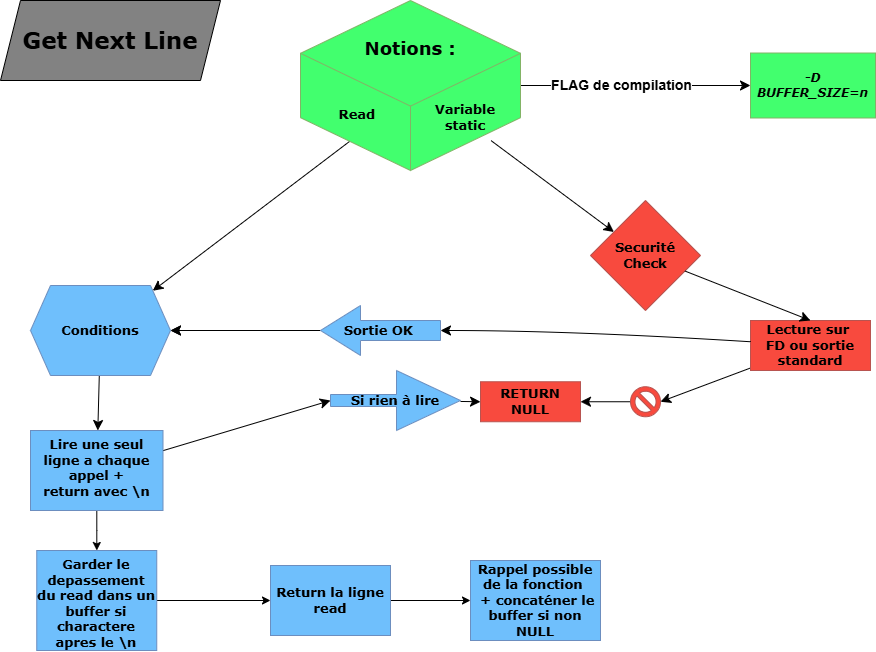
Before: getnext.drawio.png, a diagram exported from draw.io (Lyricallll/get_next_line). Source tidied: cells renumbered, new cells last; positions are measured from the earlier drawing's top-left corner, leaving out a move shared by most shapes.
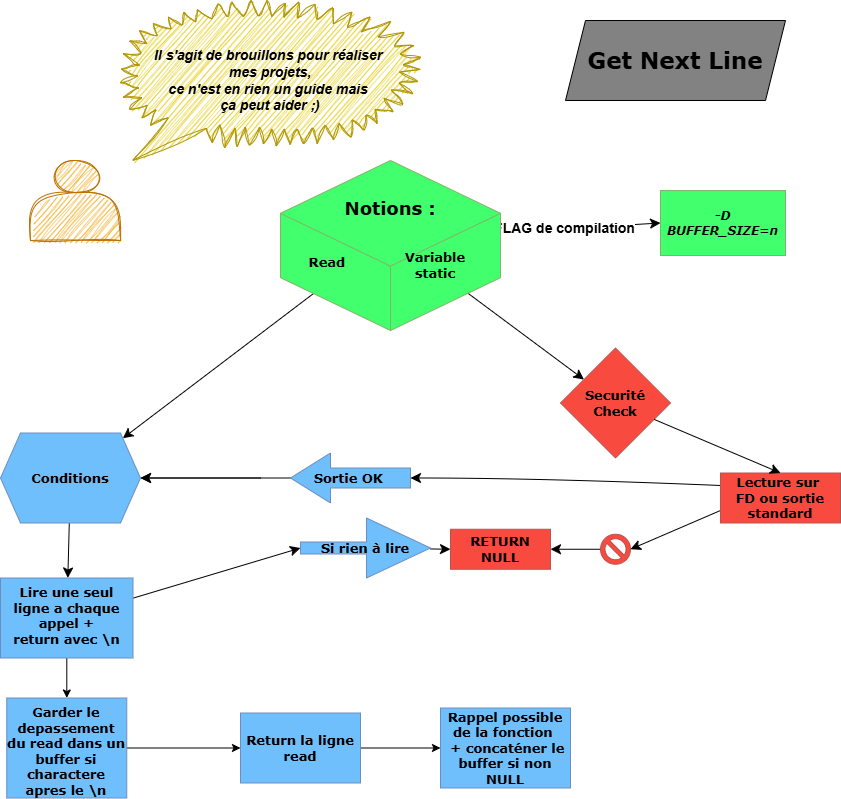
After the change.

Commit message:
Mettre à jour getnext.drawio.png

What changed in the source:
```diff
@@ -2,14 +2,18 @@
   <root>
     <mxCell id="0" />
     <mxCell id="1" parent="0" />
-    <mxCell id="2" style="edgeStyle=none;curved=1;rounded=0;jettySize=auto;html=1;fontSize=12;startSize=8;endSize=8;exitX=0.866;exitY=0.824;exitDx=0;exitDy=0;exitPerimeter=0;fontFamily=Verdana;" parent="1" edge="1" source="10" target="5">
-      <mxGeometry relative="1" as="geometry" />
+    <mxCell id="2" style="edgeStyle=none;curved=1;rounded=0;jettySize=auto;html=1;fontSize=12;startSize=8;endSize=8;exitX=0.866;exitY=0.824;exitDx=0;exitDy=0;exitPerimeter=0;fontFamily=Verdana;" parent="1" edge="1" target="5">
+      <mxGeometry relative="1" as="geometry">
+        <mxPoint x="490.5" y="140.1" as="sourcePoint" />
+      </mxGeometry>
     </mxCell>
-    <mxCell id="3" style="edgeStyle=none;curved=1;rounded=0;jettySize=auto;html=1;fontSize=12;startSize=8;endSize=8;exitX=0.224;exitY=0.828;exitDx=0;exitDy=0;exitPerimeter=0;fontFamily=Verdana;" parent="1" edge="1" source="10" target="7">
-      <mxGeometry relative="1" as="geometry" />
+    <mxCell id="3" style="edgeStyle=none;curved=1;rounded=0;jettySize=auto;html=1;fontSize=12;startSize=8;endSize=8;exitX=0.224;exitY=0.828;exitDx=0;exitDy=0;exitPerimeter=0;fontFamily=Verdana;" parent="1" edge="1" target="7">
+      <mxGeometry relative="1" as="geometry">
+        <mxPoint x="349.3" y="140.8" as="sourcePoint" />
+      </mxGeometry>
     </mxCell>
     <mxCell id="4" value="Get Next Line" style="shape=parallelogram;perimeter=parallelogramPerimeter;whiteSpace=wrap;html=1;fixedSize=1;fontStyle=1;fontSize=23;fillColor=#828282;fontFamily=Verdana;" parent="1" vertex="1">
-      <mxGeometry width="220" height="80" as="geometry" />
+      <mxGeometry x="595" y="-127.5" width="220" height="80" as="geometry" />
     </mxCell>
     <mxCell id="5" value="Securité&lt;div&gt;Check&lt;/div&gt;" style="rhombus;whiteSpace=wrap;html=1;fontSize=13;fontFamily=Verdana;verticalAlign=middle;fillColor=#F84A3E;fontStyle=1;startSize=26;swimlaneFillColor=#ffffff;rounded=0;shadow=0;comic=0;labelBackgroundColor=none;strokeWidth=1;strokeColor=#b85450;" parent="1" vertex="1">
       <mxGeometry x="590" y="200" width="110" height="110" as="geometry" />
@@ -20,20 +24,22 @@
     <mxCell id="7" value="Conditions" style="shape=hexagon;perimeter=hexagonPerimeter2;whiteSpace=wrap;html=1;fixedSize=1;fontSize=13;fontFamily=Verdana;verticalAlign=middle;fillColor=#6FBFFC;fontStyle=1;startSize=26;swimlaneFillColor=#ffffff;rounded=0;shadow=0;comic=0;labelBackgroundColor=none;strokeWidth=1;strokeColor=#6c8ebf;" parent="1" vertex="1">
       <mxGeometry x="30" y="285" width="140" height="90" as="geometry" />
     </mxCell>
-    <mxCell id="8" style="edgeStyle=none;curved=1;rounded=0;jettySize=auto;html=1;fontSize=12;startSize=8;endSize=8;fontFamily=Verdana;strokeColor=default;" parent="1" edge="1" source="10" target="24">
-      <mxGeometry relative="1" as="geometry" />
+    <mxCell id="8" style="edgeStyle=none;curved=1;rounded=0;jettySize=auto;html=1;fontSize=12;startSize=8;endSize=8;fontFamily=Verdana;strokeColor=default;entryX=0;entryY=0.5;entryDx=0;entryDy=0;" parent="1" edge="1" target="24">
+      <mxGeometry relative="1" as="geometry">
+        <mxPoint x="520" y="85" as="sourcePoint" />
+      </mxGeometry>
     </mxCell>
     <mxCell id="9" value="&lt;b&gt;&lt;font style=&quot;font-size: 14px;&quot;&gt;FLAG de compilation&lt;/font&gt;&lt;/b&gt;" style="edgeLabel;html=1;align=center;verticalAlign=middle;" parent="8" vertex="1">
       <mxGeometry x="-0.13" y="1" relative="1" as="geometry" />
     </mxCell>
     <mxCell id="10" value="&lt;div&gt;&lt;span style=&quot;font-size: 13px; text-wrap: nowrap; background-color: initial;&quot;&gt;&lt;br&gt;&lt;/span&gt;&lt;/div&gt;&lt;div&gt;&lt;span style=&quot;font-size: 13px; text-wrap: nowrap; background-color: initial;&quot;&gt;&lt;br&gt;&lt;/span&gt;&lt;/div&gt;&lt;div&gt;&lt;font style=&quot;font-size: 18px;&quot;&gt;&lt;span style=&quot;text-wrap: nowrap; background-color: initial;&quot;&gt;Notions :&lt;/span&gt;&lt;br&gt;&lt;/font&gt;&lt;/div&gt;&lt;div&gt;&lt;span style=&quot;font-size: 13px; text-wrap: nowrap; background-color: initial;&quot;&gt;&lt;br&gt;&lt;/span&gt;&lt;/div&gt;&lt;div&gt;&lt;span style=&quot;font-size: 13px; text-wrap: nowrap; background-color: initial;&quot;&gt;&lt;br&gt;&lt;/span&gt;&lt;/div&gt;&lt;div&gt;&lt;br&gt;&lt;/div&gt;&lt;div style=&quot;text-align: left;&quot;&gt;&lt;br&gt;&lt;/div&gt;" style="html=1;whiteSpace=wrap;shape=isoCube2;backgroundOutline=1;isoAngle=15;verticalAlign=top;fillColor=#42FF6E;strokeColor=#82b366;fontFamily=Verdana;fontStyle=1;" parent="1" vertex="1">
-      <mxGeometry x="300" width="220" height="170" as="geometry" />
+      <mxGeometry x="310" y="12.5" width="220" height="170" as="geometry" />
     </mxCell>
     <mxCell id="11" value="&amp;nbsp; &amp;nbsp; &amp;nbsp; &amp;nbsp; Read" style="text;html=1;strokeColor=none;fillColor=none;align=left;verticalAlign=top;spacingLeft=1;spacingRight=4;whiteSpace=wrap;overflow=hidden;fontStyle=1;fontSize=13;spacingBottom=0;flipV=0;flipH=0;direction=west;fontFamily=Verdana;horizontal=1;" parent="1" vertex="1">
       <mxGeometry x="300" y="100" width="110" height="30" as="geometry" />
     </mxCell>
     <mxCell id="12" value="Variable static&lt;br&gt;&#9;&#9;&lt;br&gt;" style="text;strokeColor=none;fillColor=none;align=center;verticalAlign=top;spacingLeft=4;spacingRight=4;whiteSpace=wrap;overflow=hidden;fontStyle=1;fontSize=13;fontFamily=Verdana;direction=west;html=1;" parent="1" vertex="1">
-      <mxGeometry x="410" y="95" width="110" height="40" as="geometry" />
+      <mxGeometry x="410" y="95" width="110" height="145" as="geometry" />
     </mxCell>
     <mxCell id="13" value="RETURN&lt;div&gt;&lt;span style=&quot;background-color: initial;&quot;&gt;NULL&lt;/span&gt;&lt;br&gt;&lt;/div&gt;" style="rounded=0;whiteSpace=wrap;html=1;fontSize=13;fontFamily=Verdana;fillColor=#F84A3E;strokeColor=#b85450;fontStyle=1;startSize=26;swimlaneFillColor=#ffffff;shadow=0;comic=0;labelBackgroundColor=none;strokeWidth=1;align=center;verticalAlign=middle;fontColor=default;" parent="1" vertex="1">
       <mxGeometry x="480" y="381.2" width="100" height="40" as="geometry" />
@@ -62,14 +68,14 @@
     <mxCell id="21" style="edgeStyle=none;curved=1;rounded=0;jettySize=auto;html=1;fontSize=12;startSize=8;endSize=8;fontFamily=Verdana;" parent="1" edge="1" source="29" target="13">
       <mxGeometry relative="1" as="geometry" />
     </mxCell>
-    <mxCell id="22" style="edgeStyle=none;curved=1;rounded=0;jettySize=auto;html=1;fontSize=12;startSize=8;endSize=8;entryX=1;entryY=0.5;entryDx=0;entryDy=0;entryPerimeter=0;fontFamily=Verdana;" parent="1" edge="1" source="23" target="29">
+    <mxCell id="22" style="edgeStyle=none;curved=1;rounded=0;jettySize=auto;html=1;fontSize=12;startSize=8;endSize=8;entryX=1;entryY=0.5;entryDx=0;entryDy=0;entryPerimeter=0;fontFamily=Verdana;exitX=0;exitY=0.75;exitDx=0;exitDy=0;" parent="1" edge="1" source="23" target="29">
       <mxGeometry relative="1" as="geometry" />
     </mxCell>
     <mxCell id="23" value="Lecture sur&amp;nbsp;&lt;div&gt;FD ou sortie standard&lt;/div&gt;" style="whiteSpace=wrap;html=1;fontSize=13;fontFamily=Verdana;fillColor=#F84A3E;strokeColor=#b85450;fontStyle=1;startSize=26;swimlaneFillColor=#ffffff;rounded=0;shadow=0;comic=0;labelBackgroundColor=none;strokeWidth=1;align=center;verticalAlign=middle;fontColor=default;" parent="1" vertex="1">
-      <mxGeometry x="750" y="320" width="120" height="50" as="geometry" />
+      <mxGeometry x="750" y="325" width="120" height="50" as="geometry" />
     </mxCell>
     <mxCell id="24" value="-D BUFFER_SIZE=n" style="whiteSpace=wrap;html=1;verticalAlign=middle;fillColor=#42FF6E;strokeColor=#82b366;fontStyle=3;fillStyle=auto;strokeWidth=1;perimeterSpacing=0;glass=0;rounded=0;shadow=0;align=center;fontFamily=Verdana;fontSize=12;fontColor=default;" parent="1" vertex="1">
-      <mxGeometry x="750" y="52.5" width="125" height="65" as="geometry" />
+      <mxGeometry x="690" y="42.5" width="125" height="65" as="geometry" />
     </mxCell>
     <mxCell id="25" style="edgeStyle=none;curved=1;rounded=0;jettySize=auto;html=1;fontSize=12;startSize=8;endSize=8;entryX=0.5;entryY=0;entryDx=0;entryDy=0;strokeColor=default;fontFamily=Verdana;" parent="1" edge="1" source="5" target="23">
       <mxGeometry relative="1" as="geometry" />
@@ -88,7 +94,7 @@
     <mxCell id="29" style="verticalLabelPosition=bottom;verticalAlign=middle;html=1;shape=mxgraph.basic.no_symbol;fillColor=#F84A3E;strokeColor=#b85450;rounded=0;shadow=0;comic=0;strokeWidth=1;align=center;swimlaneFillColor=#ffffff;fontFamily=Verdana;fontSize=13;fontColor=default;fontStyle=1;labelBackgroundColor=none;" parent="1" vertex="1">
       <mxGeometry x="630" y="386.2" width="30" height="30" as="geometry" />
     </mxCell>
-    <mxCell id="30" style="edgeStyle=none;curved=1;rounded=0;jettySize=auto;html=1;entryX=0;entryY=0.5;entryDx=0;entryDy=0;entryPerimeter=0;fontSize=12;startSize=8;endSize=8;fontFamily=Verdana;" parent="1" edge="1" source="23" target="28">
+    <mxCell id="30" style="edgeStyle=none;curved=1;rounded=0;jettySize=auto;html=1;entryX=0;entryY=0.5;entryDx=0;entryDy=0;entryPerimeter=0;fontSize=12;startSize=8;endSize=8;fontFamily=Verdana;exitX=0;exitY=0.25;exitDx=0;exitDy=0;" parent="1" edge="1" source="23" target="28">
       <mxGeometry relative="1" as="geometry">
         <Array as="points">
           <mxPoint x="570" y="330" />
@@ -104,5 +110,11 @@
     <mxCell id="33" value="Rappel possible&lt;div&gt;de la fonction&amp;nbsp;&lt;/div&gt;&lt;div&gt;&amp;nbsp;+ concaténer le buffer si non NULL&lt;/div&gt;" style="rounded=0;whiteSpace=wrap;html=1;fontSize=13;fontFamily=Verdana;fillColor=#6FBFFC;strokeColor=#6c8ebf;fontStyle=1;startSize=26;swimlaneFillColor=#ffffff;shadow=0;comic=0;labelBackgroundColor=none;strokeWidth=1;" parent="1" vertex="1">
       <mxGeometry x="470" y="560" width="130" height="80" as="geometry" />
     </mxCell>
+    <mxCell id="34" value="Il s'agit de brouillons pour réaliser&amp;nbsp;&lt;div&gt;mes projets,&lt;/div&gt;&lt;div&gt;ce n'est en rien un guide mais&amp;nbsp;&lt;/div&gt;&lt;div&gt;ça peut&amp;nbsp;&lt;span style=&quot;background-color: initial;&quot;&gt;aider ;)&lt;/span&gt;&lt;/div&gt;" style="whiteSpace=wrap;html=1;shape=mxgraph.basic.loud_callout;fontStyle=3;fillStyle=auto;sketch=1;curveFitting=1;jiggle=2;fillColor=#e3c800;fontColor=#000000;strokeColor=#B09500;fontSize=14;" parent="1" vertex="1">
+      <mxGeometry x="150" y="-147.5" width="300" height="160" as="geometry" />
+    </mxCell>
+    <mxCell id="35" style="shape=actor;whiteSpace=wrap;html=1;fillColor=#f0a30a;fontColor=#000000;strokeColor=#BD7000;sketch=1;curveFitting=1;jiggle=2;" parent="1" vertex="1">
+      <mxGeometry x="60" y="12.5" width="90" height="80" as="geometry" />
+    </mxCell>
   </root>
 </mxGraphModel>
```
